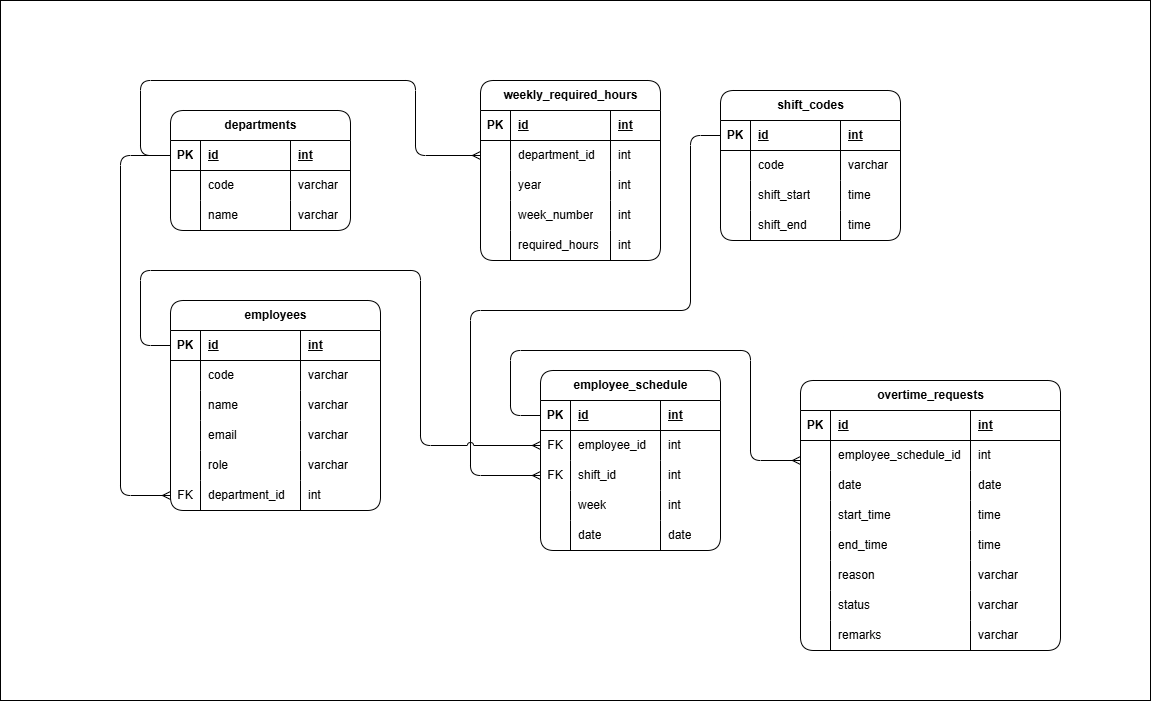
Before: overtime-tracker-erd.drawio.png, a diagram exported from draw.io (marksxiety/overtime-tracker-dev). Source tidied: cells renumbered, new cells last; positions are measured from the earlier drawing's top-left corner, leaving out a move shared by most shapes.
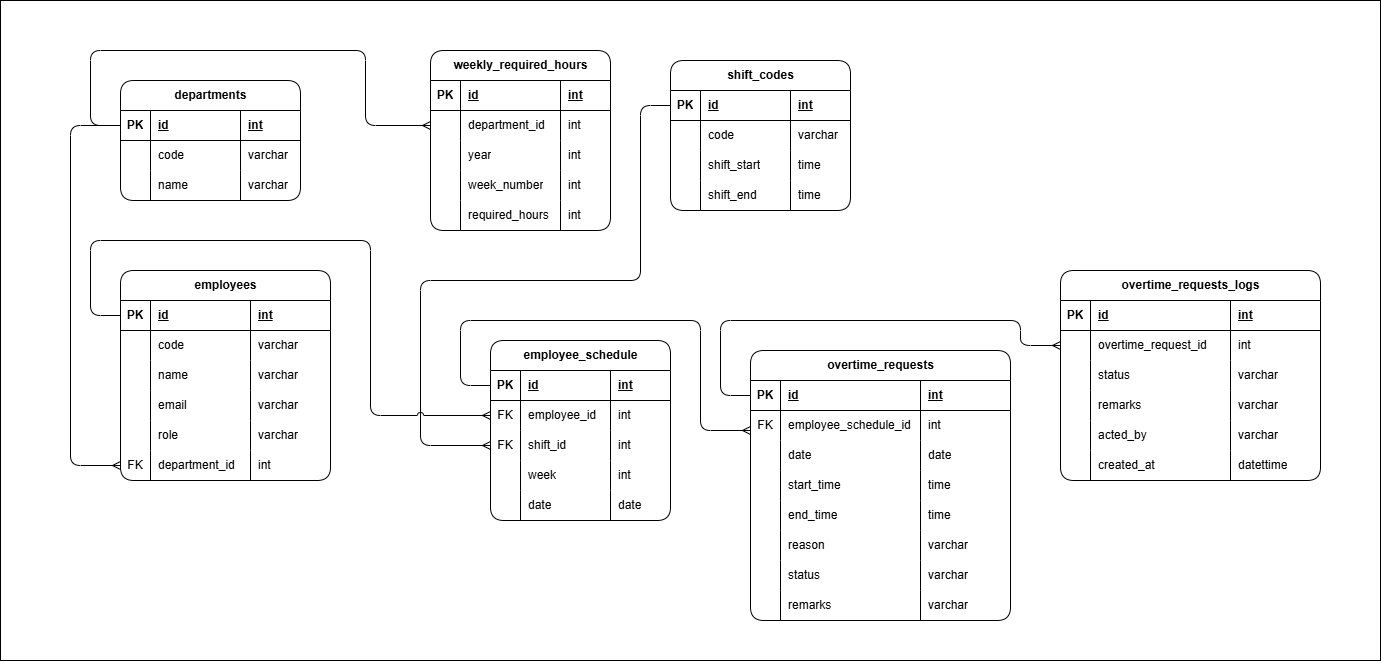
After the change.

Commit message:
chore: update overtime tracker ERD diagram to latest version

The edit, as a diff of the source:
```diff
@@ -3,7 +3,7 @@
     <mxCell id="0" />
     <mxCell id="1" parent="0" />
     <mxCell id="2" style="rounded=0;whiteSpace=wrap;html=1;" parent="1" vertex="1">
-      <mxGeometry width="1150" height="700" as="geometry" />
+      <mxGeometry x="50" y="30" width="1380" height="660" as="geometry" />
     </mxCell>
     <mxCell id="3" value="employee_schedule" style="shape=table;startSize=30;rowLines=0;fontStyle=1;align=center;html=1;rounded=1;" parent="1" vertex="1">
       <mxGeometry x="540" y="370" width="180" height="180" as="geometry" />
@@ -275,7 +275,7 @@
     <mxCell id="92" style="shape=tableRow;horizontal=0;startSize=0;swimlaneHead=0;swimlaneBody=0;fillColor=none;top=0;left=0;right=0;bottom=0;" parent="87" vertex="1">
       <mxGeometry y="60" width="260" height="30" as="geometry" />
     </mxCell>
-    <mxCell id="93" style="shape=partialRectangle;fillColor=none;top=0;left=0;bottom=0;right=0;overflow=hidden;whiteSpace=wrap;html=1;" parent="92" vertex="1">
+    <mxCell id="93" value="FK" style="shape=partialRectangle;fillColor=none;top=0;left=0;bottom=0;right=0;overflow=hidden;whiteSpace=wrap;html=1;" parent="92" vertex="1">
       <mxGeometry width="30" height="30" as="geometry" />
     </mxCell>
     <mxCell id="94" value="employee_schedule_id" style="shape=partialRectangle;fillColor=none;top=0;left=0;bottom=0;right=0;align=left;spacingLeft=6;overflow=hidden;whiteSpace=wrap;html=1;" parent="92" vertex="1">
@@ -445,5 +445,90 @@
         </Array>
       </mxGeometry>
     </mxCell>
+    <mxCell id="138" value="overtime_requests_logs" style="shape=table;startSize=30;rowLines=0;fontStyle=1;align=center;html=1;rounded=1;" parent="1" vertex="1">
+      <mxGeometry x="1110" y="300" width="260" height="210" as="geometry" />
+    </mxCell>
+    <mxCell id="139" style="shape=tableRow;horizontal=0;startSize=0;swimlaneHead=0;swimlaneBody=0;fillColor=none;top=0;left=0;right=0;bottom=1;" parent="138" vertex="1">
+      <mxGeometry y="30" width="260" height="30" as="geometry" />
+    </mxCell>
+    <mxCell id="140" value="PK" style="shape=partialRectangle;fillColor=none;top=0;left=0;bottom=0;right=0;fontStyle=1;overflow=hidden;whiteSpace=wrap;html=1;" parent="139" vertex="1">
+      <mxGeometry width="30" height="30" as="geometry" />
+    </mxCell>
+    <mxCell id="141" value="id" style="shape=partialRectangle;fillColor=none;top=0;left=0;bottom=0;right=0;align=left;spacingLeft=6;fontStyle=5;overflow=hidden;whiteSpace=wrap;html=1;" parent="139" vertex="1">
+      <mxGeometry x="30" width="140" height="30" as="geometry" />
+    </mxCell>
+    <mxCell id="142" value="int" style="shape=partialRectangle;fillColor=none;top=0;left=0;bottom=0;right=0;align=left;spacingLeft=6;fontStyle=5;overflow=hidden;whiteSpace=wrap;html=1;" parent="139" vertex="1">
+      <mxGeometry x="170" width="90" height="30" as="geometry" />
+    </mxCell>
+    <mxCell id="143" style="shape=tableRow;horizontal=0;startSize=0;swimlaneHead=0;swimlaneBody=0;fillColor=none;points=[[0,0.5],[1,0.5]];portConstraint=eastwest;top=0;left=0;right=0;bottom=0;" parent="138" vertex="1">
+      <mxGeometry y="60" width="260" height="30" as="geometry" />
+    </mxCell>
+    <mxCell id="144" style="shape=partialRectangle;fillColor=none;top=0;left=0;bottom=0;right=0;overflow=hidden;whiteSpace=wrap;html=1;" parent="143" vertex="1">
+      <mxGeometry width="30" height="30" as="geometry" />
+    </mxCell>
+    <mxCell id="145" value="overtime_request_id" style="shape=partialRectangle;fillColor=none;top=0;left=0;bottom=0;right=0;align=left;spacingLeft=6;overflow=hidden;whiteSpace=wrap;html=1;" parent="143" vertex="1">
+      <mxGeometry x="30" width="140" height="30" as="geometry" />
+    </mxCell>
+    <mxCell id="146" value="int" style="shape=partialRectangle;fillColor=none;top=0;left=0;bottom=0;right=0;align=left;spacingLeft=6;overflow=hidden;whiteSpace=wrap;html=1;" parent="143" vertex="1">
+      <mxGeometry x="170" width="90" height="30" as="geometry" />
+    </mxCell>
+    <mxCell id="147" style="shape=tableRow;horizontal=0;startSize=0;swimlaneHead=0;swimlaneBody=0;fillColor=none;top=0;left=0;right=0;bottom=0;" parent="138" vertex="1">
+      <mxGeometry y="90" width="260" height="30" as="geometry" />
+    </mxCell>
+    <mxCell id="148" style="shape=partialRectangle;fillColor=none;top=0;left=0;bottom=0;right=0;overflow=hidden;whiteSpace=wrap;html=1;" parent="147" vertex="1">
+      <mxGeometry width="30" height="30" as="geometry" />
+    </mxCell>
+    <mxCell id="149" value="status" style="shape=partialRectangle;fillColor=none;top=0;left=0;bottom=0;right=0;align=left;spacingLeft=6;overflow=hidden;whiteSpace=wrap;html=1;" parent="147" vertex="1">
+      <mxGeometry x="30" width="140" height="30" as="geometry" />
+    </mxCell>
+    <mxCell id="150" value="varchar" style="shape=partialRectangle;fillColor=none;top=0;left=0;bottom=0;right=0;align=left;spacingLeft=6;overflow=hidden;whiteSpace=wrap;html=1;" parent="147" vertex="1">
+      <mxGeometry x="170" width="90" height="30" as="geometry" />
+    </mxCell>
+    <mxCell id="151" style="shape=tableRow;horizontal=0;startSize=0;swimlaneHead=0;swimlaneBody=0;fillColor=none;top=0;left=0;right=0;bottom=0;" parent="138" vertex="1">
+      <mxGeometry y="120" width="260" height="30" as="geometry" />
+    </mxCell>
+    <mxCell id="152" style="shape=partialRectangle;fillColor=none;top=0;left=0;bottom=0;right=0;overflow=hidden;whiteSpace=wrap;html=1;" parent="151" vertex="1">
+      <mxGeometry width="30" height="30" as="geometry" />
+    </mxCell>
+    <mxCell id="153" value="remarks" style="shape=partialRectangle;fillColor=none;top=0;left=0;bottom=0;right=0;align=left;spacingLeft=6;overflow=hidden;whiteSpace=wrap;html=1;" parent="151" vertex="1">
+      <mxGeometry x="30" width="140" height="30" as="geometry" />
+    </mxCell>
+    <mxCell id="154" value="varchar" style="shape=partialRectangle;fillColor=none;top=0;left=0;bottom=0;right=0;align=left;spacingLeft=6;overflow=hidden;whiteSpace=wrap;html=1;" parent="151" vertex="1">
+      <mxGeometry x="170" width="90" height="30" as="geometry" />
+    </mxCell>
+    <mxCell id="155" style="shape=tableRow;horizontal=0;startSize=0;swimlaneHead=0;swimlaneBody=0;fillColor=none;top=0;left=0;right=0;bottom=0;" parent="138" vertex="1">
+      <mxGeometry y="150" width="260" height="30" as="geometry" />
+    </mxCell>
+    <mxCell id="156" style="shape=partialRectangle;fillColor=none;top=0;left=0;bottom=0;right=0;overflow=hidden;whiteSpace=wrap;html=1;" parent="155" vertex="1">
+      <mxGeometry width="30" height="30" as="geometry" />
+    </mxCell>
+    <mxCell id="157" value="acted_by" style="shape=partialRectangle;fillColor=none;top=0;left=0;bottom=0;right=0;align=left;spacingLeft=6;overflow=hidden;whiteSpace=wrap;html=1;" parent="155" vertex="1">
+      <mxGeometry x="30" width="140" height="30" as="geometry" />
+    </mxCell>
+    <mxCell id="158" value="varchar" style="shape=partialRectangle;fillColor=none;top=0;left=0;bottom=0;right=0;align=left;spacingLeft=6;overflow=hidden;whiteSpace=wrap;html=1;" parent="155" vertex="1">
+      <mxGeometry x="170" width="90" height="30" as="geometry" />
+    </mxCell>
+    <mxCell id="159" style="shape=tableRow;horizontal=0;startSize=0;swimlaneHead=0;swimlaneBody=0;fillColor=none;top=0;left=0;right=0;bottom=0;" parent="138" vertex="1">
+      <mxGeometry y="180" width="260" height="30" as="geometry" />
+    </mxCell>
+    <mxCell id="160" style="shape=partialRectangle;fillColor=none;top=0;left=0;bottom=0;right=0;overflow=hidden;whiteSpace=wrap;html=1;" parent="159" vertex="1">
+      <mxGeometry width="30" height="30" as="geometry" />
+    </mxCell>
+    <mxCell id="161" value="created_at" style="shape=partialRectangle;fillColor=none;top=0;left=0;bottom=0;right=0;align=left;spacingLeft=6;overflow=hidden;whiteSpace=wrap;html=1;" parent="159" vertex="1">
+      <mxGeometry x="30" width="140" height="30" as="geometry" />
+    </mxCell>
+    <mxCell id="162" value="datettime" style="shape=partialRectangle;fillColor=none;top=0;left=0;bottom=0;right=0;align=left;spacingLeft=6;overflow=hidden;whiteSpace=wrap;html=1;" parent="159" vertex="1">
+      <mxGeometry x="170" width="90" height="30" as="geometry" />
+    </mxCell>
+    <mxCell id="163" style="edgeStyle=orthogonalEdgeStyle;rounded=1;jettySize=auto;html=1;curved=0;jumpStyle=arc;endArrow=ERmany;endFill=0;exitX=0;exitY=0.5;exitDx=0;exitDy=0;entryX=0;entryY=0.5;entryDx=0;entryDy=0;" parent="1" edge="1" source="88" target="143">
+      <mxGeometry relative="1" as="geometry">
+        <Array as="points">
+          <mxPoint x="770" y="425" />
+          <mxPoint x="770" y="350" />
+          <mxPoint x="1070" y="350" />
+          <mxPoint x="1070" y="375" />
+        </Array>
+      </mxGeometry>
+    </mxCell>
   </root>
 </mxGraphModel>
```
